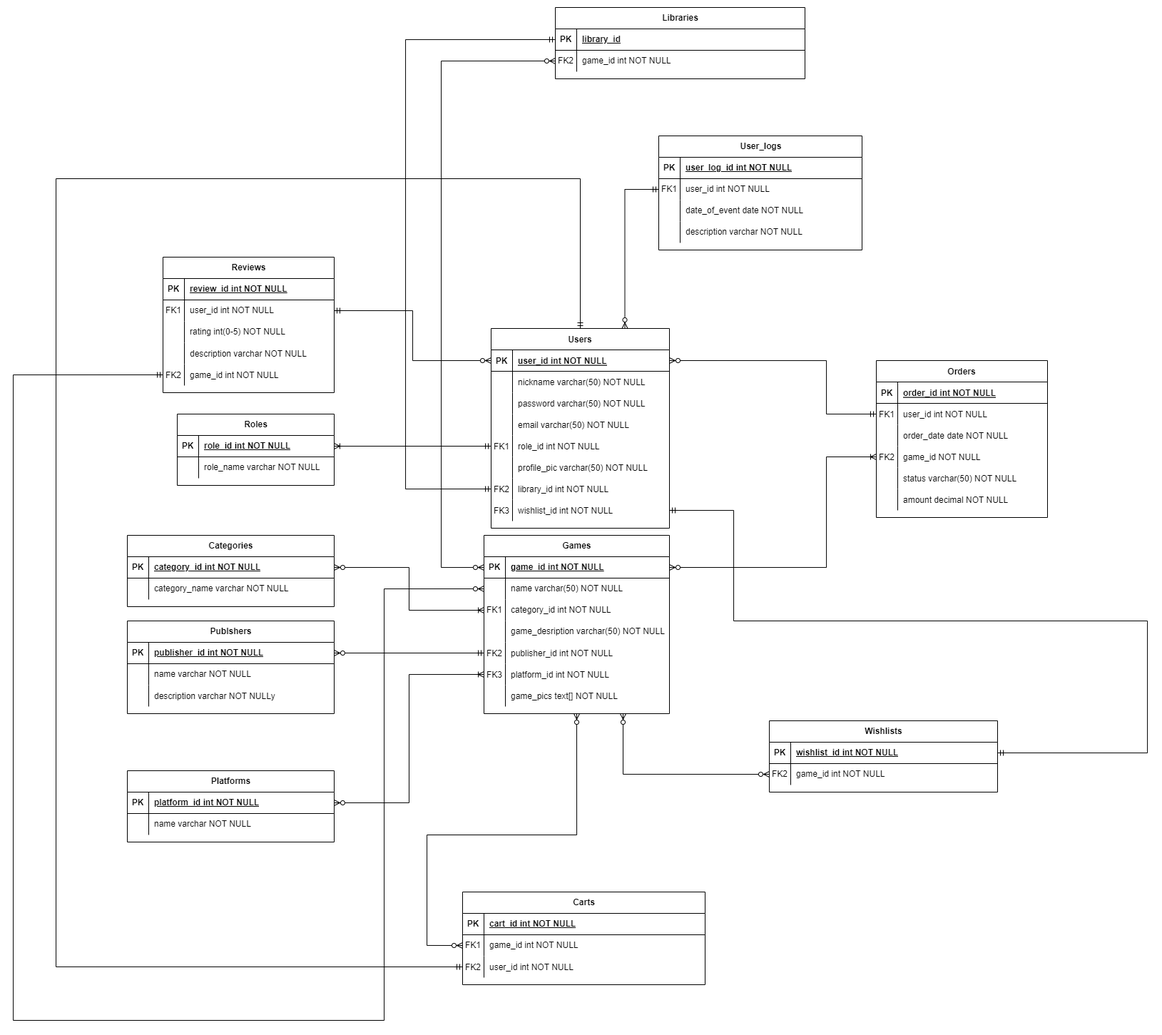
westcrime/data-models-and-database-management-systems keeps this draw.io diagram as diagram.png. Above is the earlier version. Source tidied: cells renumbered, new cells last; positions are measured from the earlier drawing's top-left corner, leaving out a move shared by most shapes.
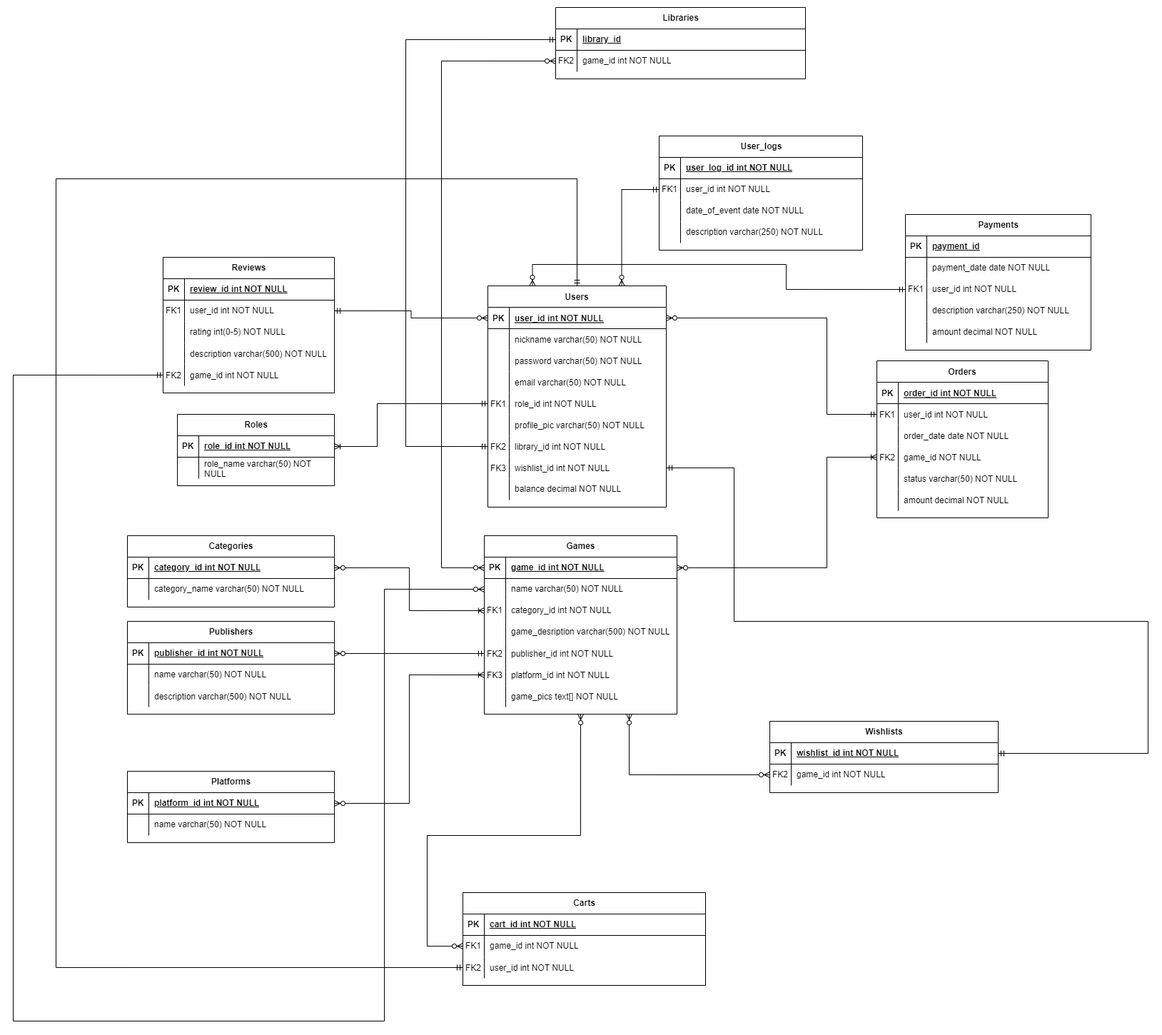
Later version of the same file.

What changed in the source:
```diff
@@ -62,3 +62,3 @@
     <mxCell id="21" value="Users" style="shape=table;startSize=30;rowLines=0;fontStyle=1;align=center;" parent="1" vertex="1">
-      <mxGeometry x="670" y="450" width="250" height="280" as="geometry" />
+      <mxGeometry x="665" y="390" width="250" height="310" as="geometry" />
     </mxCell>
@@ -136,7 +136,16 @@
     </mxCell>
+    <mxCell id="167" style="shape=tableRow;horizontal=0;startSize=0;swimlaneHead=0;swimlaneBody=0;fillColor=none;top=0;left=0;right=0;bottom=0;" parent="21" vertex="1">
+      <mxGeometry y="270" width="250" height="30" as="geometry" />
+    </mxCell>
+    <mxCell id="168" style="shape=partialRectangle;fillColor=none;top=0;left=0;bottom=0;right=0;fontStyle=0;overflow=hidden;whiteSpace=wrap;html=1;" parent="167" vertex="1">
+      <mxGeometry width="30" height="30" as="geometry" />
+    </mxCell>
+    <mxCell id="169" value="balance decimal NOT NULL" style="shape=partialRectangle;fillColor=none;top=0;left=0;bottom=0;right=0;align=left;spacingLeft=6;fontStyle=0;overflow=hidden;whiteSpace=wrap;html=1;" parent="167" vertex="1">
+      <mxGeometry x="30" width="220" height="30" as="geometry" />
+    </mxCell>
     <mxCell id="46" value="Games" style="shape=table;startSize=30;rowLines=0;fontStyle=1;align=center;html=1;" parent="1" vertex="1">
-      <mxGeometry x="660" y="740" width="260" height="250" as="geometry" />
+      <mxGeometry x="660" y="740" width="270" height="250" as="geometry" />
     </mxCell>
     <mxCell id="47" style="shape=tableRow;horizontal=0;startSize=0;swimlaneHead=0;swimlaneBody=0;fillColor=none;points=[[0,0.5],[1,0.5]];portConstraint=eastwest;top=0;left=0;right=0;bottom=1;" parent="46" vertex="1">
-      <mxGeometry y="30" width="260" height="30" as="geometry" />
+      <mxGeometry y="30" width="270" height="30" as="geometry" />
     </mxCell>
@@ -146,6 +155,6 @@
     <mxCell id="49" value="game_id int NOT NULL" style="shape=partialRectangle;fillColor=none;top=0;left=0;bottom=0;right=0;align=left;spacingLeft=6;fontStyle=5;overflow=hidden;whiteSpace=wrap;html=1;" parent="47" vertex="1">
-      <mxGeometry x="30" width="230" height="30" as="geometry" />
+      <mxGeometry x="30" width="240" height="30" as="geometry" />
     </mxCell>
     <mxCell id="50" style="shape=tableRow;horizontal=0;startSize=0;swimlaneHead=0;swimlaneBody=0;fillColor=none;points=[[0,0.5],[1,0.5]];portConstraint=eastwest;top=0;left=0;right=0;bottom=0;" parent="46" vertex="1">
-      <mxGeometry y="60" width="260" height="30" as="geometry" />
+      <mxGeometry y="60" width="270" height="30" as="geometry" />
     </mxCell>
@@ -155,6 +164,6 @@
     <mxCell id="52" value="name varchar(50) NOT NULL" style="shape=partialRectangle;fillColor=none;top=0;left=0;bottom=0;right=0;align=left;spacingLeft=6;overflow=hidden;whiteSpace=wrap;html=1;" parent="50" vertex="1">
-      <mxGeometry x="30" width="230" height="30" as="geometry" />
+      <mxGeometry x="30" width="240" height="30" as="geometry" />
     </mxCell>
     <mxCell id="53" style="shape=tableRow;horizontal=0;startSize=0;swimlaneHead=0;swimlaneBody=0;fillColor=none;points=[[0,0.5],[1,0.5]];portConstraint=eastwest;top=0;left=0;right=0;bottom=0;" parent="46" vertex="1">
-      <mxGeometry y="90" width="260" height="30" as="geometry" />
+      <mxGeometry y="90" width="270" height="30" as="geometry" />
     </mxCell>
@@ -164,6 +173,6 @@
     <mxCell id="55" value="category_id int NOT NULL" style="shape=partialRectangle;fillColor=none;top=0;left=0;bottom=0;right=0;align=left;spacingLeft=6;overflow=hidden;whiteSpace=wrap;html=1;" parent="53" vertex="1">
-      <mxGeometry x="30" width="230" height="30" as="geometry" />
+      <mxGeometry x="30" width="240" height="30" as="geometry" />
     </mxCell>
     <mxCell id="56" style="shape=tableRow;horizontal=0;startSize=0;swimlaneHead=0;swimlaneBody=0;fillColor=none;top=0;left=0;right=0;bottom=0;" parent="46" vertex="1">
-      <mxGeometry y="120" width="260" height="30" as="geometry" />
+      <mxGeometry y="120" width="270" height="30" as="geometry" />
     </mxCell>
@@ -172,7 +181,7 @@
     </mxCell>
-    <mxCell id="58" value="game_desription varchar(50) NOT NULL" style="shape=partialRectangle;fillColor=none;top=0;left=0;bottom=0;right=0;align=left;spacingLeft=6;overflow=hidden;whiteSpace=wrap;html=1;" parent="56" vertex="1">
-      <mxGeometry x="30" width="230" height="30" as="geometry" />
+    <mxCell id="58" value="game_desription varchar(500) NOT NULL" style="shape=partialRectangle;fillColor=none;top=0;left=0;bottom=0;right=0;align=left;spacingLeft=6;overflow=hidden;whiteSpace=wrap;html=1;" parent="56" vertex="1">
+      <mxGeometry x="30" width="240" height="30" as="geometry" />
     </mxCell>
     <mxCell id="59" style="shape=tableRow;horizontal=0;startSize=0;swimlaneHead=0;swimlaneBody=0;fillColor=none;points=[[0,0.5],[1,0.5]];portConstraint=eastwest;top=0;left=0;right=0;bottom=0;" parent="46" vertex="1">
-      <mxGeometry y="150" width="260" height="30" as="geometry" />
+      <mxGeometry y="150" width="270" height="30" as="geometry" />
     </mxCell>
@@ -182,6 +191,6 @@
     <mxCell id="61" value="publisher_id int NOT NULL" style="shape=partialRectangle;fillColor=none;top=0;left=0;bottom=0;right=0;align=left;spacingLeft=6;overflow=hidden;" parent="59" vertex="1">
-      <mxGeometry x="30" width="230" height="30" as="geometry" />
+      <mxGeometry x="30" width="240" height="30" as="geometry" />
     </mxCell>
     <mxCell id="62" style="shape=tableRow;horizontal=0;startSize=0;swimlaneHead=0;swimlaneBody=0;fillColor=none;points=[[0,0.5],[1,0.5]];portConstraint=eastwest;top=0;left=0;right=0;bottom=0;" parent="46" vertex="1">
-      <mxGeometry y="180" width="260" height="30" as="geometry" />
+      <mxGeometry y="180" width="270" height="30" as="geometry" />
     </mxCell>
@@ -191,6 +200,6 @@
     <mxCell id="64" value="platform_id int NOT NULL" style="shape=partialRectangle;fillColor=none;top=0;left=0;bottom=0;right=0;align=left;spacingLeft=6;overflow=hidden;" parent="62" vertex="1">
-      <mxGeometry x="30" width="230" height="30" as="geometry" />
+      <mxGeometry x="30" width="240" height="30" as="geometry" />
     </mxCell>
     <mxCell id="65" style="shape=tableRow;horizontal=0;startSize=0;swimlaneHead=0;swimlaneBody=0;fillColor=none;top=0;left=0;right=0;bottom=0;" parent="46" vertex="1">
-      <mxGeometry y="210" width="260" height="30" as="geometry" />
+      <mxGeometry y="210" width="270" height="30" as="geometry" />
     </mxCell>
@@ -200,5 +209,5 @@
     <mxCell id="67" value="game_pics text[] NOT NULL " style="shape=partialRectangle;fillColor=none;top=0;left=0;bottom=0;right=0;align=left;spacingLeft=6;overflow=hidden;" parent="65" vertex="1">
-      <mxGeometry x="30" width="230" height="30" as="geometry" />
+      <mxGeometry x="30" width="240" height="30" as="geometry" />
     </mxCell>
-    <mxCell id="68" value="Publshers" style="shape=table;startSize=30;rowLines=0;fontStyle=1;align=center;html=1;" parent="1" vertex="1">
+    <mxCell id="68" value="Publishers" style="shape=table;startSize=30;rowLines=0;fontStyle=1;align=center;html=1;" parent="1" vertex="1">
       <mxGeometry x="160" y="860" width="290" height="130" as="geometry" />
@@ -220,3 +229,3 @@
     </mxCell>
-    <mxCell id="74" value="name varchar NOT NULL" style="shape=partialRectangle;fillColor=none;top=0;left=0;bottom=0;right=0;align=left;spacingLeft=6;overflow=hidden;whiteSpace=wrap;html=1;" parent="72" vertex="1">
+    <mxCell id="74" value="name varchar(50) NOT NULL" style="shape=partialRectangle;fillColor=none;top=0;left=0;bottom=0;right=0;align=left;spacingLeft=6;overflow=hidden;whiteSpace=wrap;html=1;" parent="72" vertex="1">
       <mxGeometry x="30" width="260" height="30" as="geometry" />
@@ -229,3 +238,3 @@
     </mxCell>
-    <mxCell id="77" value="description varchar NOT NULLу" style="shape=partialRectangle;fillColor=none;top=0;left=0;bottom=0;right=0;align=left;spacingLeft=6;overflow=hidden;" parent="75" vertex="1">
+    <mxCell id="77" value="description varchar(500) NOT NULL" style="shape=partialRectangle;fillColor=none;top=0;left=0;bottom=0;right=0;align=left;spacingLeft=6;overflow=hidden;" parent="75" vertex="1">
       <mxGeometry x="30" width="260" height="30" as="geometry" />
@@ -250,3 +259,3 @@
     </mxCell>
-    <mxCell id="84" value="name varchar NOT NULL" style="shape=partialRectangle;fillColor=none;top=0;left=0;bottom=0;right=0;align=left;spacingLeft=6;overflow=hidden;whiteSpace=wrap;html=1;" parent="82" vertex="1">
+    <mxCell id="84" value="name varchar(50) NOT NULL" style="shape=partialRectangle;fillColor=none;top=0;left=0;bottom=0;right=0;align=left;spacingLeft=6;overflow=hidden;whiteSpace=wrap;html=1;" parent="82" vertex="1">
       <mxGeometry x="30" width="260" height="30" as="geometry" />
@@ -271,3 +280,3 @@
     </mxCell>
-    <mxCell id="91" value="role_name varchar NOT NULL" style="shape=partialRectangle;fillColor=none;top=0;left=0;bottom=0;right=0;align=left;spacingLeft=6;overflow=hidden;whiteSpace=wrap;html=1;" parent="89" vertex="1">
+    <mxCell id="91" value="role_name varchar(50) NOT NULL" style="shape=partialRectangle;fillColor=none;top=0;left=0;bottom=0;right=0;align=left;spacingLeft=6;overflow=hidden;whiteSpace=wrap;html=1;" parent="89" vertex="1">
       <mxGeometry x="30" width="190" height="30" as="geometry" />
@@ -310,3 +319,3 @@
     </mxCell>
-    <mxCell id="104" value="description varchar NOT NULL" style="shape=partialRectangle;fillColor=none;top=0;left=0;bottom=0;right=0;align=left;spacingLeft=6;overflow=hidden;" parent="102" vertex="1">
+    <mxCell id="104" value="description varchar(500) NOT NULL" style="shape=partialRectangle;fillColor=none;top=0;left=0;bottom=0;right=0;align=left;spacingLeft=6;overflow=hidden;" parent="102" vertex="1">
       <mxGeometry x="30" width="210" height="30" as="geometry" />
@@ -340,3 +349,3 @@
     </mxCell>
-    <mxCell id="114" value="category_name varchar NOT NULL" style="shape=partialRectangle;fillColor=none;top=0;left=0;bottom=0;right=0;align=left;spacingLeft=6;overflow=hidden;whiteSpace=wrap;html=1;" parent="112" vertex="1">
+    <mxCell id="114" value="category_name varchar(50) NOT NULL" style="shape=partialRectangle;fillColor=none;top=0;left=0;bottom=0;right=0;align=left;spacingLeft=6;overflow=hidden;whiteSpace=wrap;html=1;" parent="112" vertex="1">
       <mxGeometry x="30" width="260" height="30" as="geometry" />
@@ -397,3 +406,3 @@
         <Array as="points">
-          <mxPoint x="795" y="240" />
+          <mxPoint x="790" y="240" />
           <mxPoint x="60" y="240" />
@@ -439,3 +448,3 @@
     </mxCell>
-    <mxCell id="145" value="description varchar NOT NULL" style="shape=partialRectangle;fillColor=none;top=0;left=0;bottom=0;right=0;align=left;spacingLeft=6;overflow=hidden;whiteSpace=wrap;html=1;" parent="143" vertex="1">
+    <mxCell id="145" value="description varchar(250) NOT NULL" style="shape=partialRectangle;fillColor=none;top=0;left=0;bottom=0;right=0;align=left;spacingLeft=6;overflow=hidden;whiteSpace=wrap;html=1;" parent="143" vertex="1">
       <mxGeometry x="30" width="255" height="30" as="geometry" />
@@ -466,3 +475,3 @@
         <Array as="points">
-          <mxPoint x="550" y="675" />
+          <mxPoint x="550" y="615" />
           <mxPoint x="550" y="45" />
@@ -480,3 +489,3 @@
         <Array as="points">
-          <mxPoint x="1010" y="705" />
+          <mxPoint x="1010" y="645" />
           <mxPoint x="1010" y="860" />
@@ -500,3 +509,3 @@
           <mxPoint x="580" y="1160" />
-          <mxPoint x="790" y="1160" />
+          <mxPoint x="795" y="1160" />
         </Array>
@@ -514,3 +523,3 @@
           <mxPoint x="1140" y="570" />
-          <mxPoint x="1140" y="495" />
+          <mxPoint x="1140" y="435" />
         </Array>
@@ -521,3 +530,4 @@
         <Array as="points">
-          <mxPoint x="855" y="1075" />
+          <mxPoint x="863" y="1075" />
+          <mxPoint x="863" y="990" />
         </Array>
@@ -526,3 +536,8 @@
     <mxCell id="163" style="edgeStyle=orthogonalEdgeStyle;fontSize=12;html=1;endArrow=ERoneToMany;startArrow=ERmandOne;rounded=0;exitX=0;exitY=0.5;exitDx=0;exitDy=0;entryX=1;entryY=0.5;entryDx=0;entryDy=0;" parent="1" edge="1" source="34" target="86">
-      <mxGeometry relative="1" as="geometry" />
+      <mxGeometry relative="1" as="geometry">
+        <Array as="points">
+          <mxPoint x="510" y="555" />
+          <mxPoint x="510" y="615" />
+        </Array>
+      </mxGeometry>
     </mxCell>
@@ -549,2 +564,59 @@
     </mxCell>
+    <mxCell id="170" value="Payments" style="shape=table;startSize=30;rowLines=0;fontStyle=1;align=center;html=1;" parent="1" vertex="1">
+      <mxGeometry x="1250" y="290" width="260" height="190" as="geometry" />
+    </mxCell>
+    <mxCell id="171" style="shape=tableRow;horizontal=0;startSize=0;swimlaneHead=0;swimlaneBody=0;fillColor=none;top=0;left=0;right=0;bottom=1;" parent="170" vertex="1">
+      <mxGeometry y="30" width="260" height="30" as="geometry" />
+    </mxCell>
+    <mxCell id="172" value="PK" style="shape=partialRectangle;fillColor=none;top=0;left=0;bottom=0;right=0;fontStyle=1;overflow=hidden;whiteSpace=wrap;html=1;" parent="171" vertex="1">
+      <mxGeometry width="30" height="30" as="geometry" />
+    </mxCell>
+    <mxCell id="173" value="payment_id" style="shape=partialRectangle;fillColor=none;top=0;left=0;bottom=0;right=0;align=left;spacingLeft=6;fontStyle=5;overflow=hidden;whiteSpace=wrap;html=1;" parent="171" vertex="1">
+      <mxGeometry x="30" width="230" height="30" as="geometry" />
+    </mxCell>
+    <mxCell id="174" style="shape=tableRow;horizontal=0;startSize=0;swimlaneHead=0;swimlaneBody=0;fillColor=none;top=0;left=0;right=0;bottom=0;" parent="170" vertex="1">
+      <mxGeometry y="60" width="260" height="30" as="geometry" />
+    </mxCell>
+    <mxCell id="175" style="shape=partialRectangle;fillColor=none;top=0;left=0;bottom=0;right=0;overflow=hidden;whiteSpace=wrap;html=1;" parent="174" vertex="1">
+      <mxGeometry width="30" height="30" as="geometry" />
+    </mxCell>
+    <mxCell id="176" value="payment_date date NOT NULL" style="shape=partialRectangle;fillColor=none;top=0;left=0;bottom=0;right=0;align=left;spacingLeft=6;overflow=hidden;whiteSpace=wrap;html=1;" parent="174" vertex="1">
+      <mxGeometry x="30" width="230" height="30" as="geometry" />
+    </mxCell>
+    <mxCell id="177" style="shape=tableRow;horizontal=0;startSize=0;swimlaneHead=0;swimlaneBody=0;fillColor=none;points=[[0,0.5],[1,0.5]];portConstraint=eastwest;top=0;left=0;right=0;bottom=0;" parent="170" vertex="1">
+      <mxGeometry y="90" width="260" height="30" as="geometry" />
+    </mxCell>
+    <mxCell id="178" value="FK1" style="shape=partialRectangle;fillColor=none;top=0;left=0;bottom=0;right=0;overflow=hidden;whiteSpace=wrap;html=1;" parent="177" vertex="1">
+      <mxGeometry width="30" height="30" as="geometry" />
+    </mxCell>
+    <mxCell id="179" value="user_id int NOT NULL" style="shape=partialRectangle;fillColor=none;top=0;left=0;bottom=0;right=0;align=left;spacingLeft=6;overflow=hidden;whiteSpace=wrap;html=1;" parent="177" vertex="1">
+      <mxGeometry x="30" width="230" height="30" as="geometry" />
+    </mxCell>
+    <mxCell id="180" style="shape=tableRow;horizontal=0;startSize=0;swimlaneHead=0;swimlaneBody=0;fillColor=none;top=0;left=0;right=0;bottom=0;" parent="170" vertex="1">
+      <mxGeometry y="120" width="260" height="30" as="geometry" />
+    </mxCell>
+    <mxCell id="181" style="shape=partialRectangle;fillColor=none;top=0;left=0;bottom=0;right=0;fontStyle=0;overflow=hidden;whiteSpace=wrap;html=1;" parent="180" vertex="1">
+      <mxGeometry width="30" height="30" as="geometry" />
+    </mxCell>
+    <mxCell id="182" value="description varchar(250) NOT NULL" style="shape=partialRectangle;fillColor=none;top=0;left=0;bottom=0;right=0;align=left;spacingLeft=6;fontStyle=0;overflow=hidden;whiteSpace=wrap;html=1;" parent="180" vertex="1">
+      <mxGeometry x="30" width="230" height="30" as="geometry" />
+    </mxCell>
+    <mxCell id="183" style="shape=tableRow;horizontal=0;startSize=0;swimlaneHead=0;swimlaneBody=0;fillColor=none;top=0;left=0;right=0;bottom=0;" parent="170" vertex="1">
+      <mxGeometry y="150" width="260" height="30" as="geometry" />
+    </mxCell>
+    <mxCell id="184" style="shape=partialRectangle;fillColor=none;top=0;left=0;bottom=0;right=0;fontStyle=0;overflow=hidden;whiteSpace=wrap;html=1;" parent="183" vertex="1">
+      <mxGeometry width="30" height="30" as="geometry" />
+    </mxCell>
+    <mxCell id="185" value="amount decimal NOT NULL" style="shape=partialRectangle;fillColor=none;top=0;left=0;bottom=0;right=0;align=left;spacingLeft=6;fontStyle=0;overflow=hidden;whiteSpace=wrap;html=1;" parent="183" vertex="1">
+      <mxGeometry x="30" width="230" height="30" as="geometry" />
+    </mxCell>
+    <mxCell id="186" style="edgeStyle=orthogonalEdgeStyle;fontSize=12;html=1;endArrow=ERzeroToMany;startArrow=ERmandOne;rounded=0;exitX=0;exitY=0.5;exitDx=0;exitDy=0;entryX=0.25;entryY=0;entryDx=0;entryDy=0;" parent="1" edge="1" source="177" target="21">
+      <mxGeometry relative="1" as="geometry">
+        <Array as="points">
+          <mxPoint x="1083" y="395" />
+          <mxPoint x="1083" y="360" />
+          <mxPoint x="728" y="360" />
+        </Array>
+      </mxGeometry>
+    </mxCell>
   </root>
```
